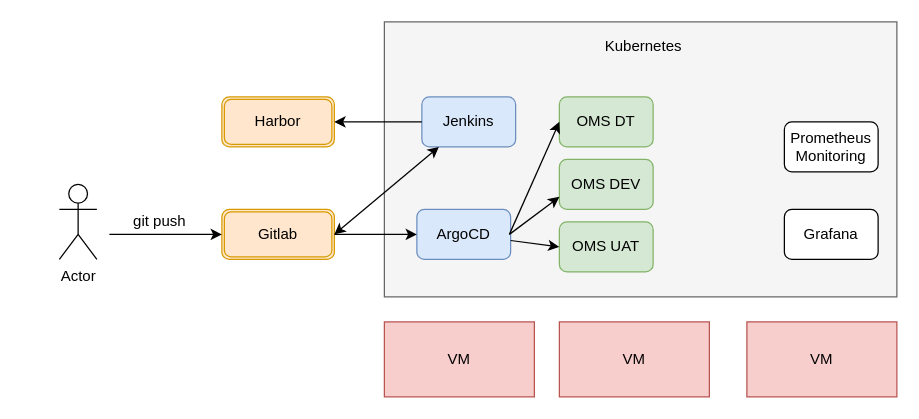
Earlier version of the draw.io diagram K8S CI/CD.drawio (sf-test/org-repo). Source tidied: cells renumbered, new cells numbered last; positions are measured from the earlier drawing's top-left corner, leaving out a move shared by most shapes. Both pictures are drawn from the tidied source at 125%, with x=0, y=0 at pixel (59, 21).
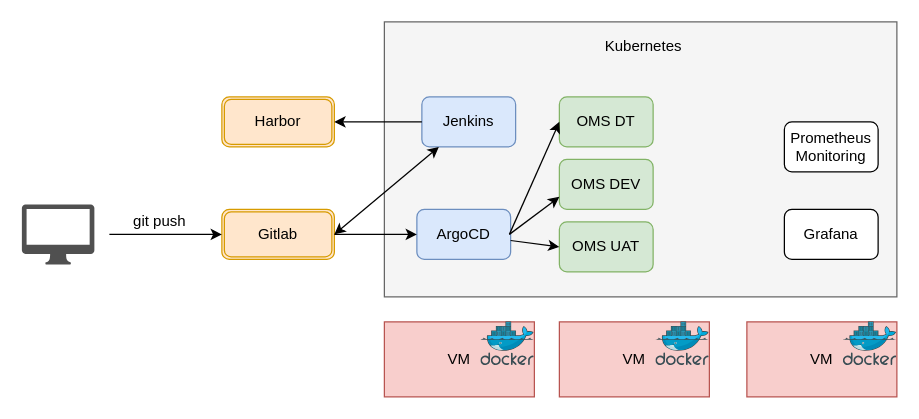
The same diagram, later.

What changed in the source:
```diff
@@
-    <mxCell id="16" value="Actor" style="shape=umlActor;verticalLabelPosition=bottom;verticalAlign=top;html=1;" parent="1" vertex="1">
-      <mxGeometry y="130" width="30" height="60" as="geometry" />
-    </mxCell>
@@
+    <mxCell id="25" style="shadow=0;dashed=0;html=1;strokeColor=none;fillColor=#505050;labelPosition=center;verticalLabelPosition=bottom;verticalAlign=top;align=center;shape=mxgraph.office.devices.mac_client;" parent="1" vertex="1">
+      <mxGeometry x="-30" y="146" width="58" height="48" as="geometry" />
+    </mxCell>
+    <mxCell id="26" style="html=1;align=center;image;fontSize=12;image=img/lib/mscae/Docker.svg;" parent="1" vertex="1">
+      <mxGeometry x="337.3" y="240" width="42.7" height="35" as="geometry" />
+    </mxCell>
+    <mxCell id="27" style="html=1;align=center;image;fontSize=12;image=img/lib/mscae/Docker.svg;" parent="1" vertex="1">
+      <mxGeometry x="477.3" y="240" width="42.7" height="35" as="geometry" />
+    </mxCell>
+    <mxCell id="28" style="html=1;align=center;image;fontSize=12;image=img/lib/mscae/Docker.svg;" parent="1" vertex="1">
+      <mxGeometry x="627.3" y="240" width="42.7" height="35" as="geometry" />
+    </mxCell>
```
